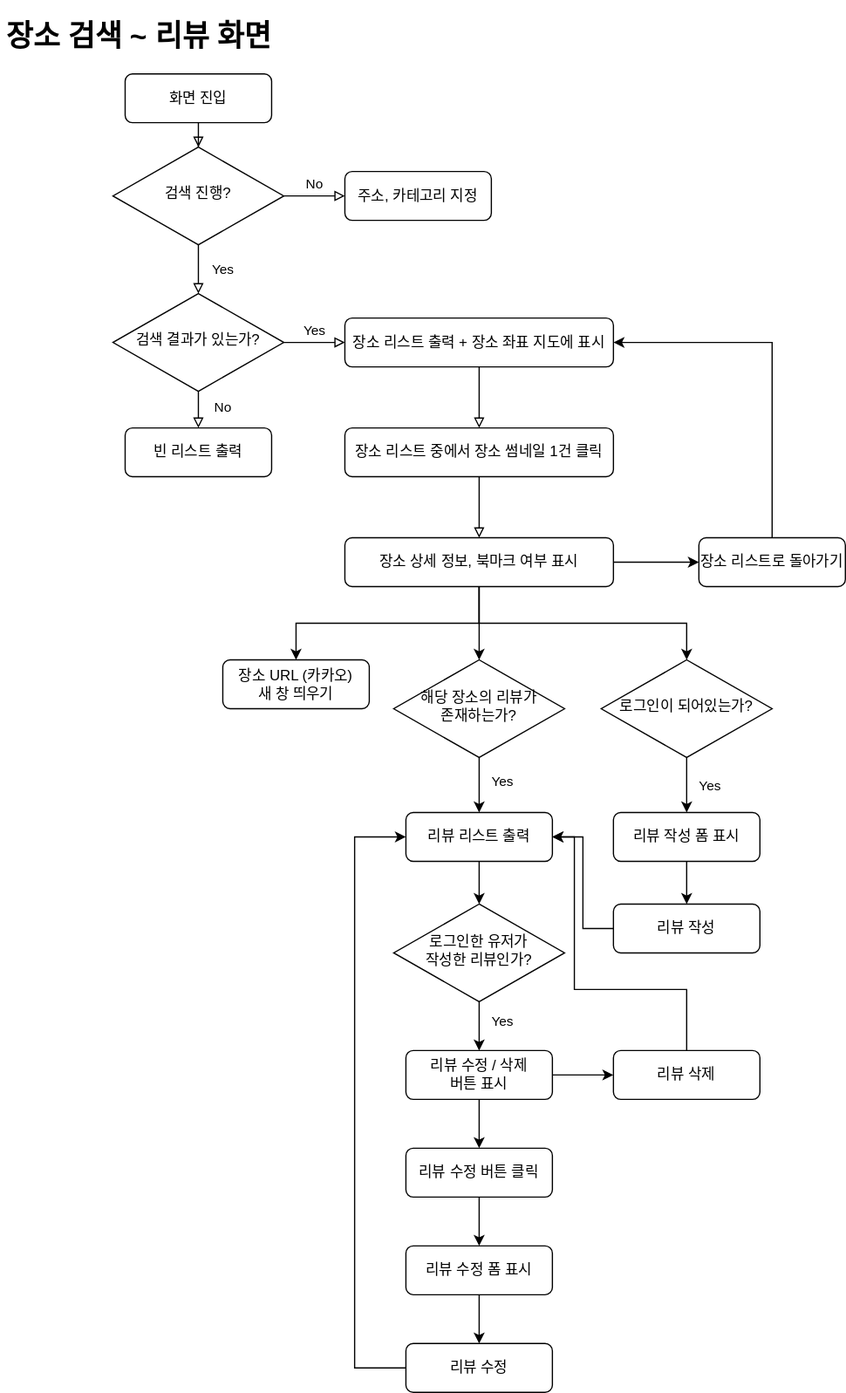
Above: document/flowchart-place.drawio.svg in mrcocoball/date-planner-front (draw.io), before the change. Source tidied: cells renumbered, new cells last; positions are measured from the earlier drawing's top-left corner, leaving out a move shared by most shapes.
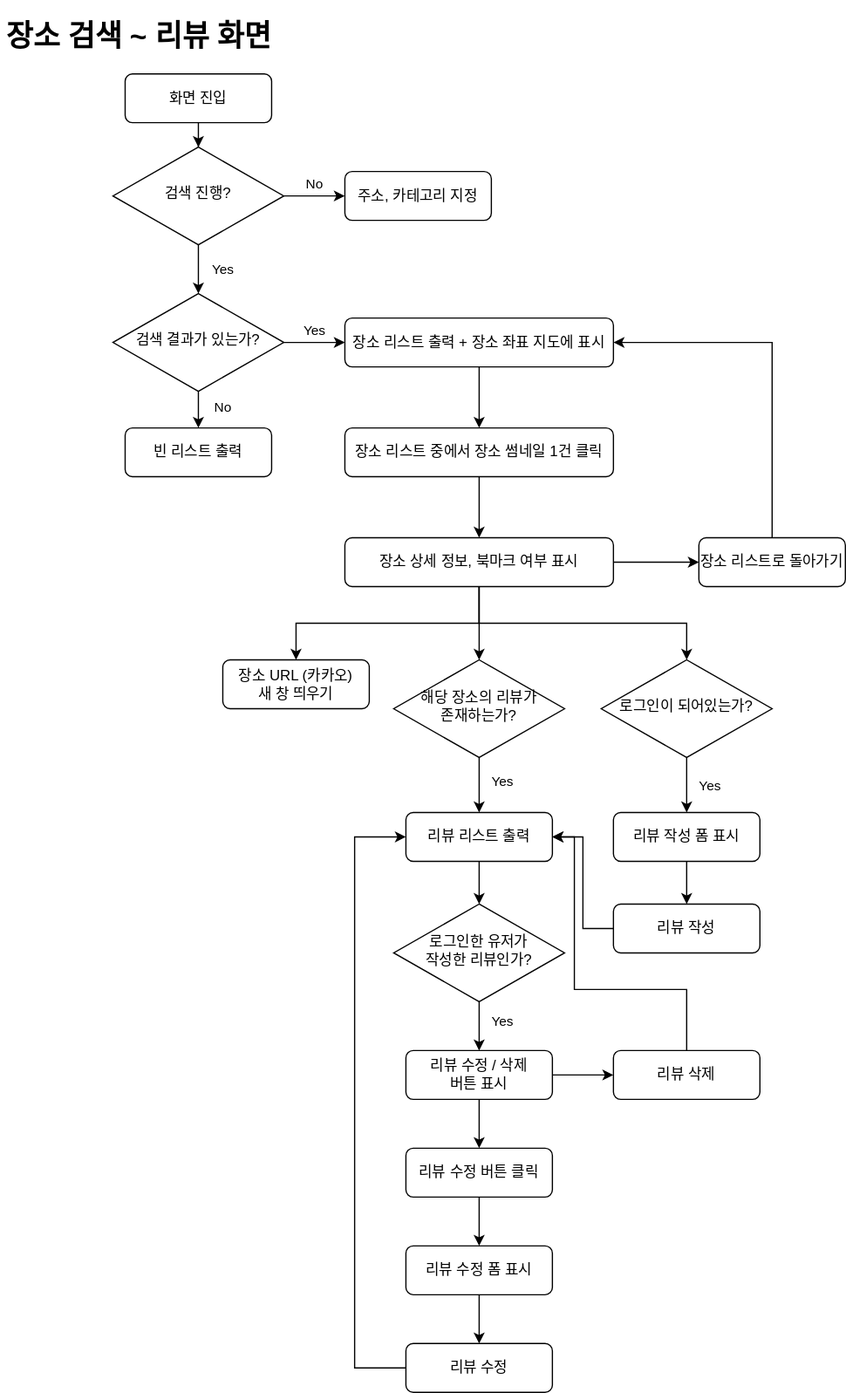
The same diagram one commit later.

Change to the diagram source:
```diff
@@ -2,16 +2,16 @@
   <root>
     <mxCell id="0" />
     <mxCell id="1" parent="0" />
-    <mxCell id="2" style="rounded=0;html=1;jettySize=auto;fontSize=11;endArrow=block;endFill=0;endSize=6;strokeWidth=1;shadow=0;labelBackgroundColor=none;edgeStyle=orthogonalEdgeStyle;" parent="1" edge="1" source="3" target="6">
+    <mxCell id="2" style="rounded=0;html=1;jettySize=auto;fontSize=11;endArrow=classic;endFill=1;endSize=6;strokeWidth=1;shadow=0;labelBackgroundColor=none;edgeStyle=orthogonalEdgeStyle;" parent="1" edge="1" source="3" target="6">
       <mxGeometry relative="1" as="geometry" />
     </mxCell>
     <mxCell id="3" value="화면 진입" style="rounded=1;whiteSpace=wrap;html=1;fontSize=12;glass=0;strokeWidth=1;shadow=0;" parent="1" vertex="1">
       <mxGeometry x="102" y="50" width="120" height="40" as="geometry" />
     </mxCell>
-    <mxCell id="4" value="Yes" style="rounded=0;html=1;jettySize=auto;fontSize=11;endArrow=block;endFill=0;endSize=6;strokeWidth=1;shadow=0;labelBackgroundColor=none;edgeStyle=orthogonalEdgeStyle;" parent="1" edge="1" source="6" target="10">
+    <mxCell id="4" value="Yes" style="rounded=0;html=1;jettySize=auto;fontSize=11;endArrow=classic;endFill=1;endSize=6;strokeWidth=1;shadow=0;labelBackgroundColor=none;edgeStyle=orthogonalEdgeStyle;" parent="1" edge="1" source="6" target="10">
       <mxGeometry y="20" relative="1" as="geometry" />
     </mxCell>
-    <mxCell id="5" value="No" style="edgeStyle=orthogonalEdgeStyle;rounded=0;html=1;jettySize=auto;fontSize=11;endArrow=block;endFill=0;endSize=6;strokeWidth=1;shadow=0;labelBackgroundColor=none;" parent="1" edge="1" source="6" target="7">
+    <mxCell id="5" value="No" style="edgeStyle=orthogonalEdgeStyle;rounded=0;html=1;jettySize=auto;fontSize=11;endArrow=classic;endFill=1;endSize=6;strokeWidth=1;shadow=0;labelBackgroundColor=none;" parent="1" edge="1" source="6" target="7">
       <mxGeometry y="10" relative="1" as="geometry" />
     </mxCell>
     <mxCell id="6" value="검색 진행?" style="rhombus;whiteSpace=wrap;html=1;shadow=0;fontFamily=Helvetica;fontSize=12;align=center;strokeWidth=1;spacing=6;spacingTop=-4;" parent="1" vertex="1">
@@ -20,10 +20,10 @@
     <mxCell id="7" value="주소, 카테고리 지정" style="rounded=1;whiteSpace=wrap;html=1;fontSize=12;glass=0;strokeWidth=1;shadow=0;" parent="1" vertex="1">
       <mxGeometry x="282" y="130" width="120" height="40" as="geometry" />
     </mxCell>
-    <mxCell id="8" value="No" style="rounded=0;html=1;jettySize=auto;fontSize=11;endArrow=block;endFill=0;endSize=6;strokeWidth=1;shadow=0;labelBackgroundColor=none;edgeStyle=orthogonalEdgeStyle;" parent="1" edge="1" source="10" target="11">
+    <mxCell id="8" value="No" style="rounded=0;html=1;jettySize=auto;fontSize=11;endArrow=classic;endFill=1;endSize=6;strokeWidth=1;shadow=0;labelBackgroundColor=none;edgeStyle=orthogonalEdgeStyle;" parent="1" edge="1" source="10" target="11">
       <mxGeometry x="0.33" y="20" relative="1" as="geometry" />
     </mxCell>
-    <mxCell id="9" value="Yes" style="edgeStyle=orthogonalEdgeStyle;rounded=0;html=1;jettySize=auto;fontSize=11;endArrow=block;endFill=0;endSize=6;strokeWidth=1;shadow=0;labelBackgroundColor=none;" parent="1" edge="1" source="10" target="13">
+    <mxCell id="9" value="Yes" style="edgeStyle=orthogonalEdgeStyle;rounded=0;html=1;jettySize=auto;fontSize=11;endArrow=classic;endFill=1;endSize=6;strokeWidth=1;shadow=0;labelBackgroundColor=none;" parent="1" edge="1" source="10" target="13">
       <mxGeometry y="10" relative="1" as="geometry" />
     </mxCell>
     <mxCell id="10" value="검색 결과가 있는가?" style="rhombus;whiteSpace=wrap;html=1;shadow=0;fontFamily=Helvetica;fontSize=12;align=center;strokeWidth=1;spacing=6;spacingTop=-4;" parent="1" vertex="1">
@@ -32,7 +32,7 @@
     <mxCell id="11" value="빈 리스트 출력" style="rounded=1;whiteSpace=wrap;html=1;fontSize=12;glass=0;strokeWidth=1;shadow=0;" parent="1" vertex="1">
       <mxGeometry x="102" y="340" width="120" height="40" as="geometry" />
     </mxCell>
-    <mxCell id="12" style="edgeStyle=orthogonalEdgeStyle;rounded=0;jettySize=auto;html=1;entryX=0.5;entryY=0;entryDx=0;entryDy=0;endArrow=block;endFill=0;endSize=6;" parent="1" edge="1" source="13" target="20">
+    <mxCell id="12" style="edgeStyle=orthogonalEdgeStyle;rounded=0;jettySize=auto;html=1;entryX=0.5;entryY=0;entryDx=0;entryDy=0;endArrow=classic;endFill=1;endSize=6;" parent="1" edge="1" source="13" target="20">
       <mxGeometry relative="1" as="geometry" />
     </mxCell>
     <mxCell id="13" value="장소 리스트 출력 + 장소 좌표 지도에 표시" style="rounded=1;whiteSpace=wrap;html=1;fontSize=12;glass=0;strokeWidth=1;shadow=0;" parent="1" vertex="1">
@@ -53,7 +53,7 @@
     <mxCell id="18" value="장소 상세 정보, 북마크 여부 표시" style="rounded=1;whiteSpace=wrap;html=1;fontSize=12;glass=0;strokeWidth=1;shadow=0;" parent="1" vertex="1">
       <mxGeometry x="282" y="430" width="220" height="40" as="geometry" />
     </mxCell>
-    <mxCell id="19" style="edgeStyle=orthogonalEdgeStyle;rounded=0;jettySize=auto;html=1;entryX=0.5;entryY=0;entryDx=0;entryDy=0;endArrow=block;endFill=0;" parent="1" edge="1" source="20" target="18">
+    <mxCell id="19" style="edgeStyle=orthogonalEdgeStyle;rounded=0;jettySize=auto;html=1;entryX=0.5;entryY=0;entryDx=0;entryDy=0;endArrow=classic;endFill=1;" parent="1" edge="1" source="20" target="18">
       <mxGeometry relative="1" as="geometry" />
     </mxCell>
     <mxCell id="20" value="장소 리스트 중에서 장소 썸네일 1건 클릭" style="rounded=1;whiteSpace=wrap;html=1;fontSize=12;glass=0;strokeWidth=1;shadow=0;" parent="1" vertex="1">
```
